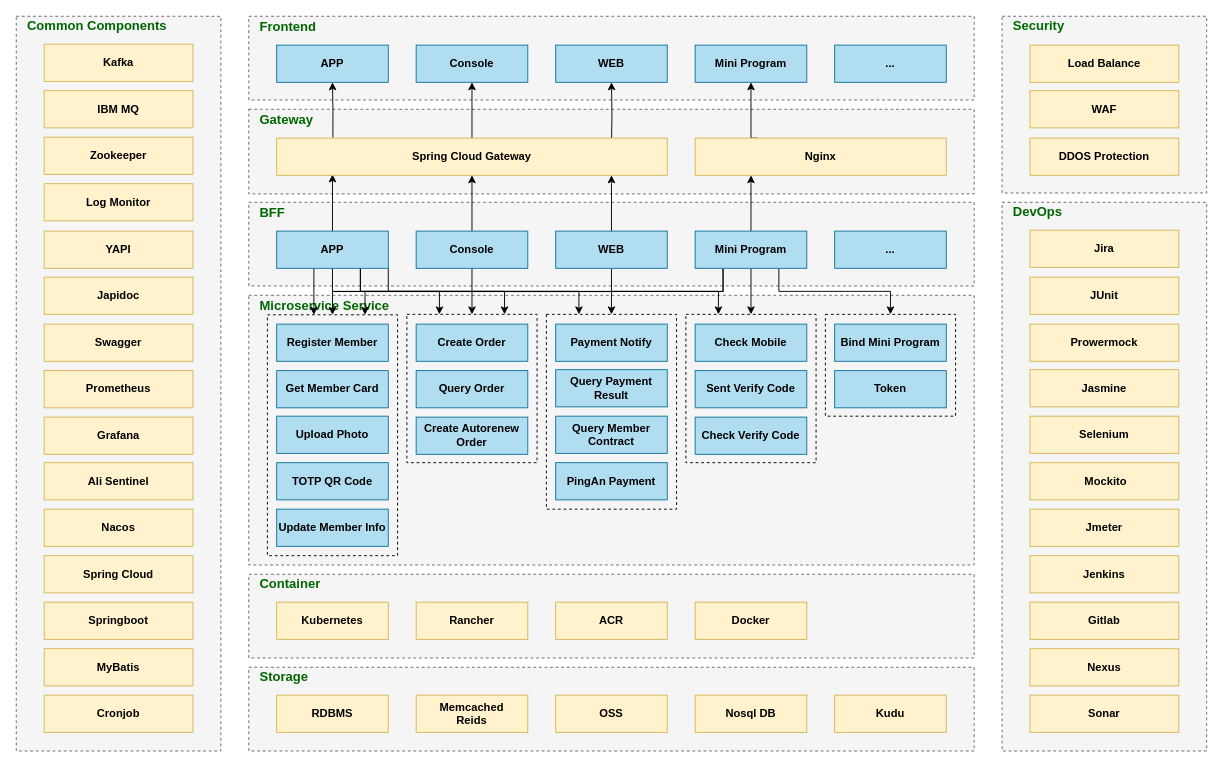
luss613/draw.io keeps this draw.io diagram as microservice.drawio. Above is the earlier version. Source tidied: cells renumbered, new cells numbered last; positions are measured from the earlier drawing's top-left corner, leaving out a move shared by most shapes. Both pictures are drawn from the tidied source at 93%, with x=0, y=0 at pixel (16, 16).
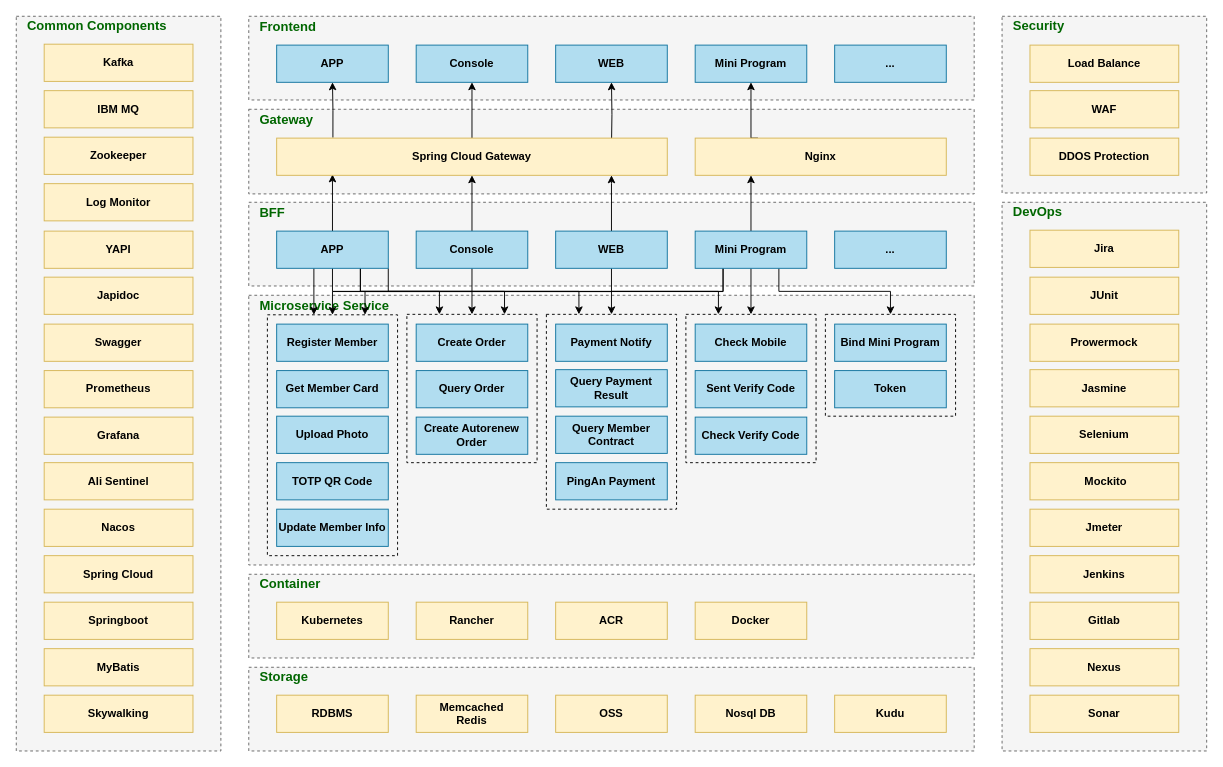
After the change.

The edit, as a diff of the source:
```diff
@@
-    <mxCell id="9" value="Memcached&lt;br&gt;Reids" style="rounded=0;whiteSpace=wrap;html=1;fillColor=#fff2cc;strokeColor=#d6b656;fontStyle=1;" parent="1" vertex="1">
+    <mxCell id="9" value="Memcached&lt;br&gt;Redis" style="rounded=0;whiteSpace=wrap;html=1;fillColor=#fff2cc;strokeColor=#d6b656;fontStyle=1;" parent="1" vertex="1">
       <mxGeometry x="430" y="730" width="120" height="40" as="geometry" />
     </mxCell>
@@
-    <mxCell id="67" value="Cronjob" style="rounded=0;whiteSpace=wrap;html=1;fillColor=#fff2cc;strokeColor=#d6b656;fontStyle=1;" parent="1" vertex="1">
+    <mxCell id="67" value="Skywalking" style="rounded=0;whiteSpace=wrap;html=1;fillColor=#fff2cc;strokeColor=#d6b656;fontStyle=1;" parent="1" vertex="1">
       <mxGeometry x="30" y="730" width="160" height="40" as="geometry" />
     </mxCell>
```
